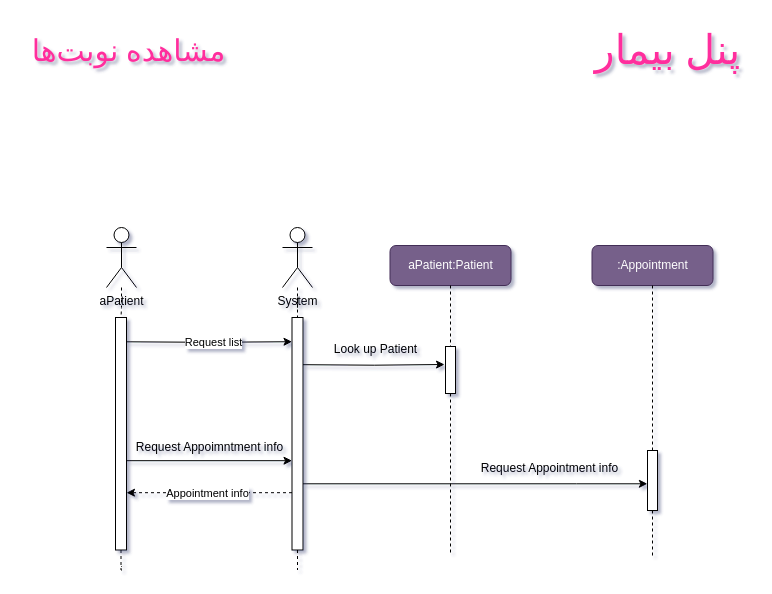
The draw.io diagram page "مشاهده نوبت‌‌ها" (11 of 20) of Sequence Diagram/SequenceDiagram.drawio in Matinrezaei/Software-Lab, before the edit. Source tidied: cells renumbered, new cells numbered last; positions are measured from the earlier drawing's top-left corner, leaving out a move shared by most shapes. Both pictures are drawn from the tidied source at 100%, with x=0, y=0 at pixel (17, 17).
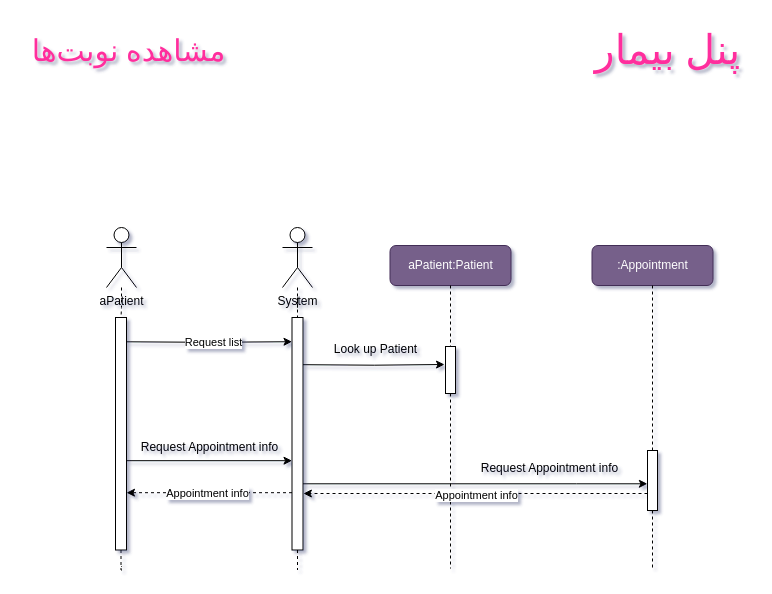
Above is the later version.

Unchanged cells that the change refers to:
```xml
<mxCell id="22" style="rounded=0;whiteSpace=wrap;html=1;direction=south;" parent="1" vertex="1">
  <mxGeometry x="428" y="329" width="10" height="47" as="geometry" />
</mxCell>
<mxCell id="25" style="rounded=0;whiteSpace=wrap;html=1;direction=south;" parent="1" vertex="1">
  <mxGeometry x="630" y="433" width="10" height="60" as="geometry" />
</mxCell>
```

The edit, as a diff of the source:
```diff
@@
     <mxCell id="15" style="edgeStyle=orthogonalEdgeStyle;rounded=0;jettySize=auto;html=1;endArrow=none;endFill=0;dashed=1;" parent="1" edge="1" source="22">
       <mxGeometry relative="1" as="geometry">
-        <mxPoint x="433" y="535" as="targetPoint" />
+        <mxPoint x="433" y="551" as="targetPoint" />
       </mxGeometry>
     </mxCell>
@@
     <mxCell id="17" style="edgeStyle=orthogonalEdgeStyle;rounded=0;jettySize=auto;html=1;endArrow=none;endFill=0;dashed=1;" parent="1" edge="1" source="25">
       <mxGeometry relative="1" as="geometry">
-        <mxPoint x="635" y="539.3" as="targetPoint" />
+        <mxPoint x="635" y="552" as="targetPoint" />
       </mxGeometry>
     </mxCell>
@@
-    <mxCell id="20" value="Request Appoimntment info" style="text;html=1;align=center;verticalAlign=middle;strokeColor=none;fillColor=none;" parent="1" vertex="1">
-      <mxGeometry x="106" y="417" width="171" height="26" as="geometry" />
+    <mxCell id="20" value="Request Appointment info" style="text;html=1;align=center;verticalAlign=middle;strokeColor=none;fillColor=none;" parent="1" vertex="1">
+      <mxGeometry x="114" y="417" width="156" height="26" as="geometry" />
     </mxCell>
@@
+    <mxCell id="30" style="edgeStyle=orthogonalEdgeStyle;rounded=0;orthogonalLoop=1;jettySize=auto;html=1;dashed=1;" parent="1" edge="1">
+      <mxGeometry relative="1" as="geometry">
+        <mxPoint x="630" y="476" as="sourcePoint" />
+        <mxPoint x="285.9" y="476" as="targetPoint" />
+      </mxGeometry>
+    </mxCell>
+    <mxCell id="31" value="Appointment info" style="edgeLabel;html=1;align=center;verticalAlign=middle;" parent="30" vertex="1">
+      <mxGeometry y="1" relative="1" as="geometry" />
+    </mxCell>
```
